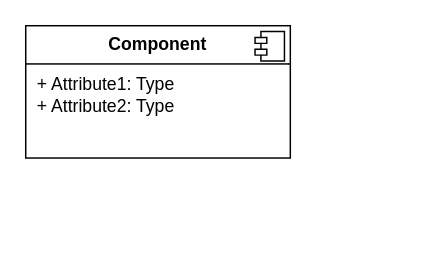
antonykimuom/SWEN30006-2025-SM1-workshop1-tuew05-14-00-team-12 keeps this draw.io diagram as page "Page-2" (2 of 2) of workshop10_week11.drawio. Above is the earlier version. Source tidied: cells renumbered, new cells numbered last; positions are measured from the earlier drawing's top-left corner, leaving out a move shared by most shapes. Both pictures are drawn from the tidied source at 147%, with x=0, y=0 at pixel (25, 25).
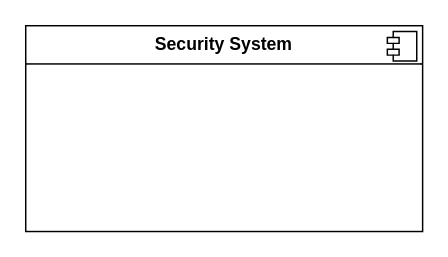
After the change.

Diff of the diagram source:
```diff
@@
 <mxGraphModel>
   <root>
     <mxCell id="0" />
     <mxCell id="1" parent="0" />
-    <mxCell id="2" value="&lt;p style=&quot;margin:0px;margin-top:6px;text-align:center;&quot;&gt;&lt;b&gt;Component&lt;/b&gt;&lt;/p&gt;&lt;hr size=&quot;1&quot; style=&quot;border-style:solid;&quot;/&gt;&lt;p style=&quot;margin:0px;margin-left:8px;&quot;&gt;+ Attribute1: Type&lt;br/&gt;+ Attribute2: Type&lt;/p&gt;" style="align=left;overflow=fill;html=1;whiteSpace=wrap;" parent="1" vertex="1">
-      <mxGeometry width="180" height="90" as="geometry" />
+    <mxCell id="2" value="&lt;p style=&quot;margin:0px;margin-top:6px;text-align:center;&quot;&gt;&lt;b&gt;Security System&lt;/b&gt;&lt;/p&gt;&lt;hr size=&quot;1&quot; style=&quot;border-style:solid;&quot;&gt;&lt;p style=&quot;margin:0px;margin-left:8px;&quot;&gt;&lt;br&gt;&lt;/p&gt;" style="align=left;overflow=fill;html=1;whiteSpace=wrap;" parent="1" vertex="1">
+      <mxGeometry width="270" height="140" as="geometry" />
     </mxCell>
     <mxCell id="3" style="shape=component;jettyWidth=8;jettyHeight=4;" parent="2" vertex="1">
       <mxGeometry x="1" width="20" height="20" relative="1" as="geometry">
         <mxPoint x="-24" y="4" as="offset" />
       </mxGeometry>
     </mxCell>
   </root>
 </mxGraphModel>
```
